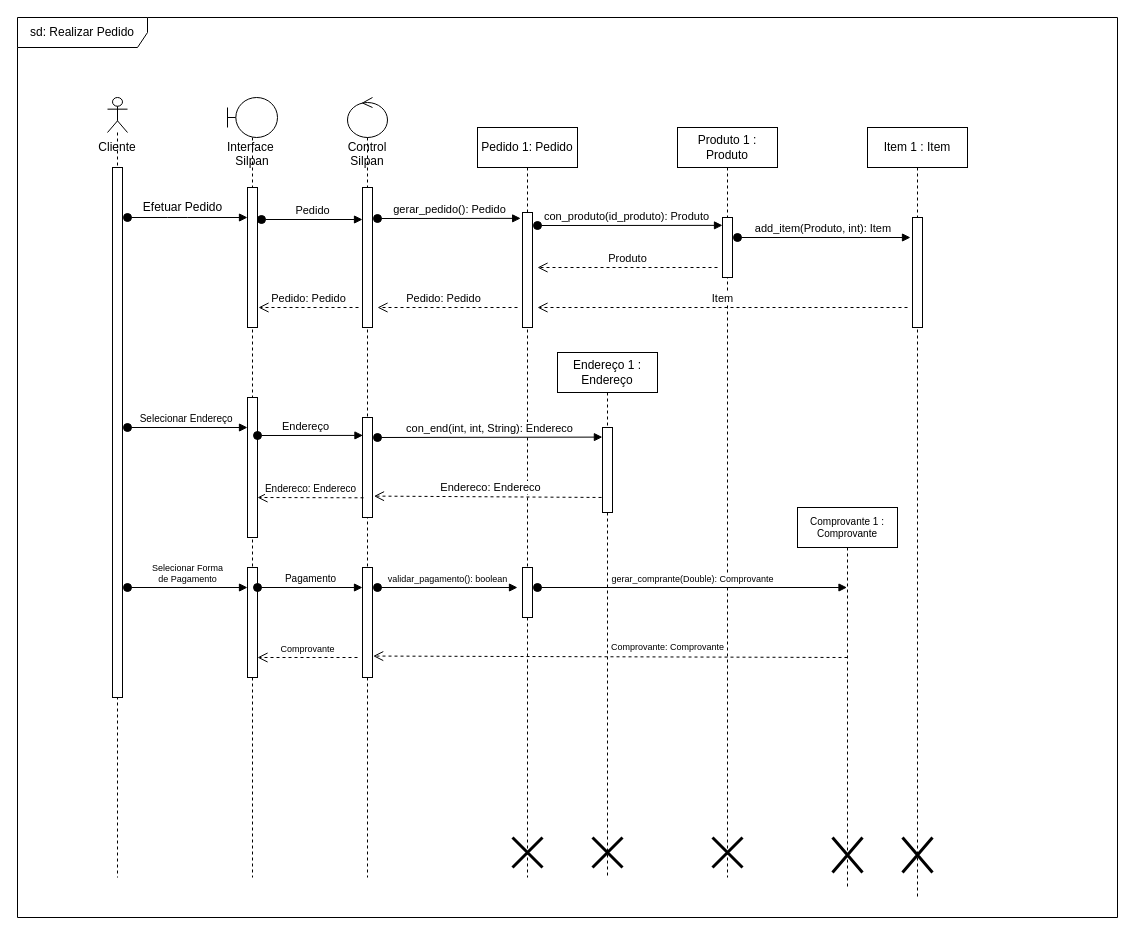
Above: Diagrama de Sequencia/Diagrama de Sequência.Pedido.drawio in Systematicos/Silpan-AMS (draw.io), before the change. Source tidied: cells renumbered, new cells numbered last; positions are measured from the earlier drawing's top-left corner, leaving out a move shared by most shapes. Both pictures are drawn from the tidied source at 100%, with x=0, y=0 at pixel (17, 17).
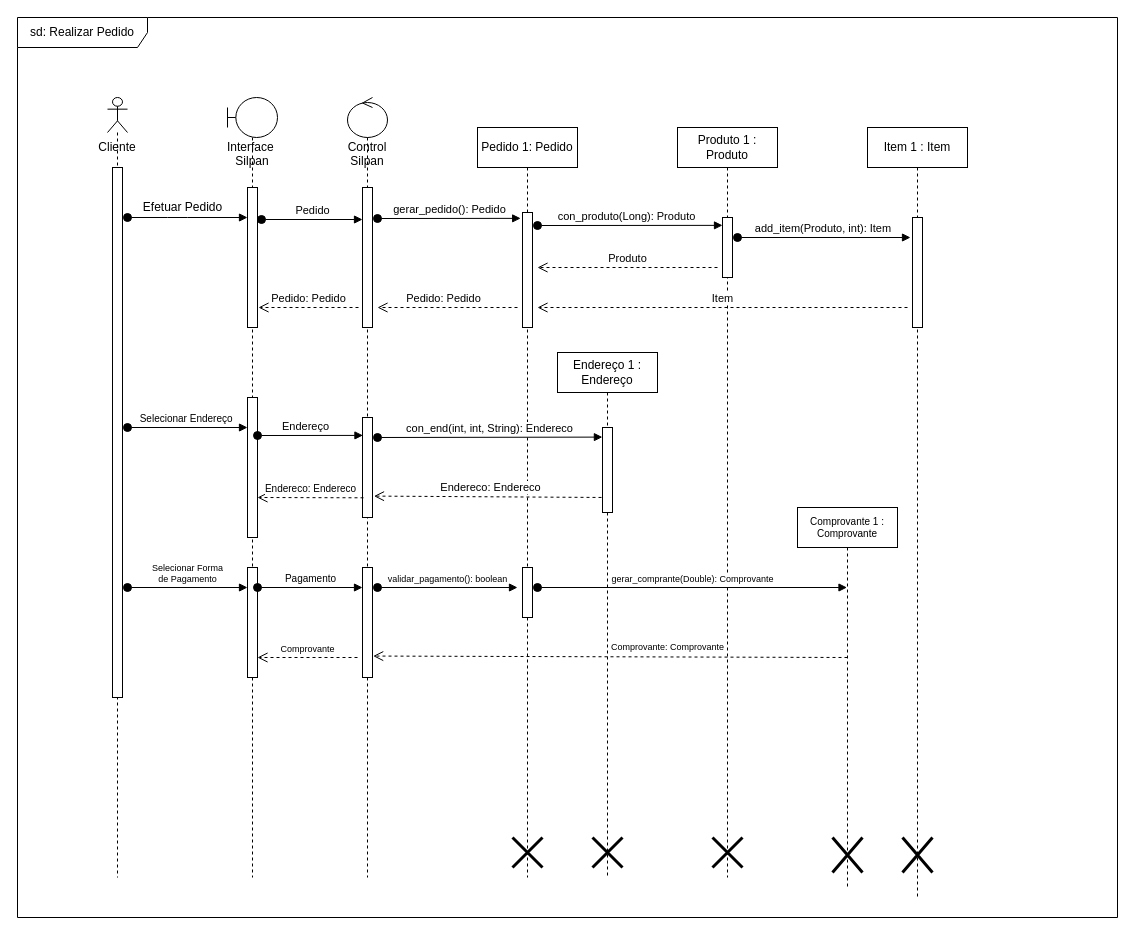
After the change.

Unchanged cells that the change refers to:
```xml
<mxCell id="3" style="html=1;points=[];perimeter=orthogonalPerimeter;" parent="2" vertex="1">
  <mxGeometry x="45" y="90" width="10" height="60" as="geometry" />
</mxCell>
```

The edit, as a diff of the source:
```diff
@@
-    <mxCell id="29" value="con_produto(id_produto): Produto" style="html=1;verticalAlign=bottom;startArrow=oval;startFill=1;endArrow=block;startSize=8;entryX=0;entryY=0.131;entryDx=0;entryDy=0;entryPerimeter=0;" parent="1" edge="1" target="3">
+    <mxCell id="29" value="con_produto(Long): Produto" style="html=1;verticalAlign=bottom;startArrow=oval;startFill=1;endArrow=block;startSize=8;entryX=0;entryY=0.131;entryDx=0;entryDy=0;entryPerimeter=0;" parent="1" edge="1" target="3">
       <mxGeometry x="-0.03" relative="1" as="geometry">
         <mxPoint x="520" y="208" as="sourcePoint" />
         <mxPoint x="-1" as="offset" />
       </mxGeometry>
     </mxCell>
```
